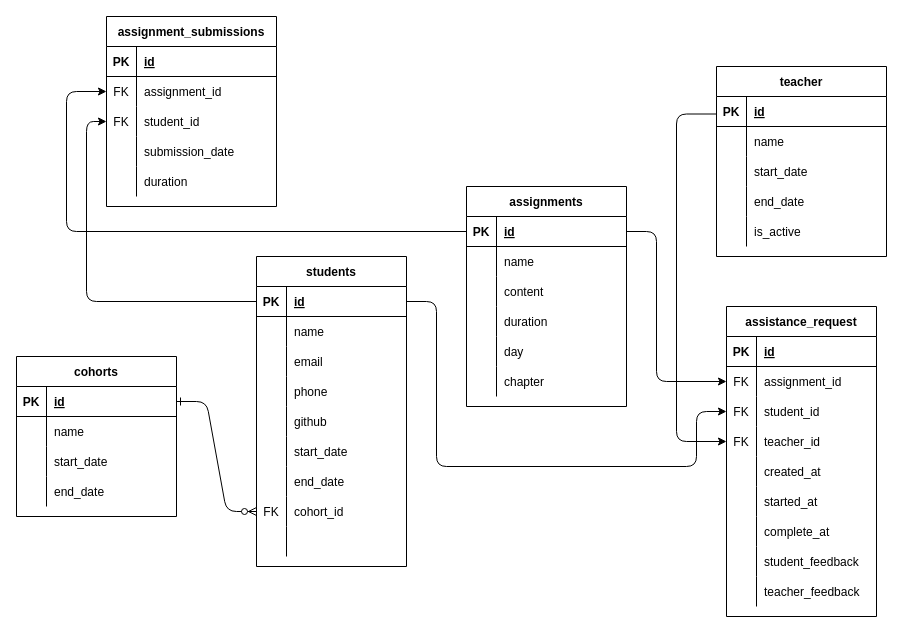
The draw.io diagram migrations/ERD.drawio in stevenls811118/BootcampX, before the edit. Source tidied: cells renumbered, new cells numbered last; positions are measured from the earlier drawing's top-left corner, leaving out a move shared by most shapes. Both pictures are drawn from the tidied source at 100%, with x=0, y=0 at pixel (16, 16).
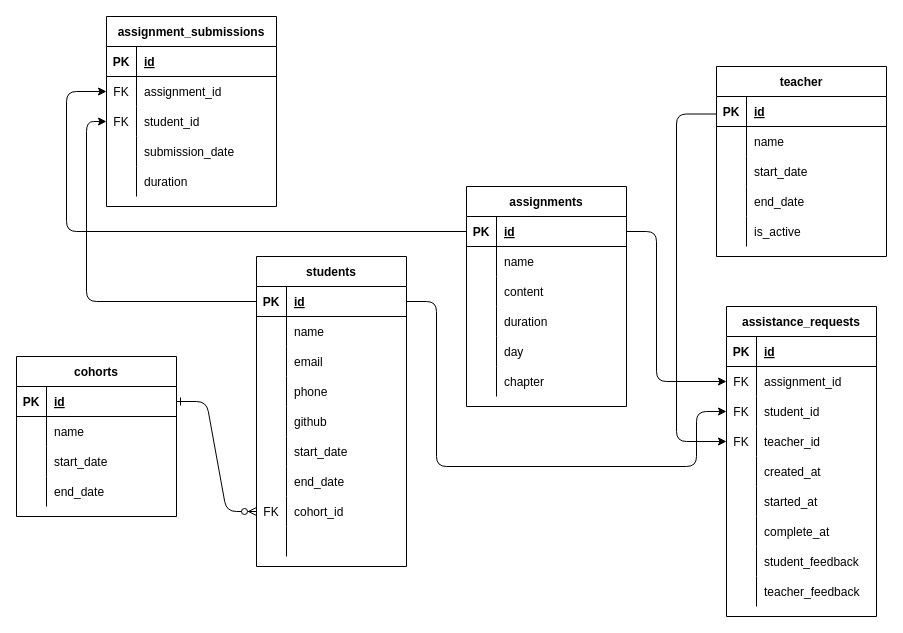
Above is the later version.

The edit, as a diff of the source:
```diff
@@
-    <mxCell id="98" value="assistance_request" style="shape=table;startSize=30;childLayout=tableLayout;rowLines=0;fontStyle=1;align=center;" parent="1" vertex="1">
+    <mxCell id="98" value="assistance_requests" style="shape=table;startSize=30;childLayout=tableLayout;rowLines=0;fontStyle=1;align=center;" parent="1" vertex="1">
       <mxGeometry x="710" y="290" width="150" height="310" as="geometry" />
     </mxCell>
```
